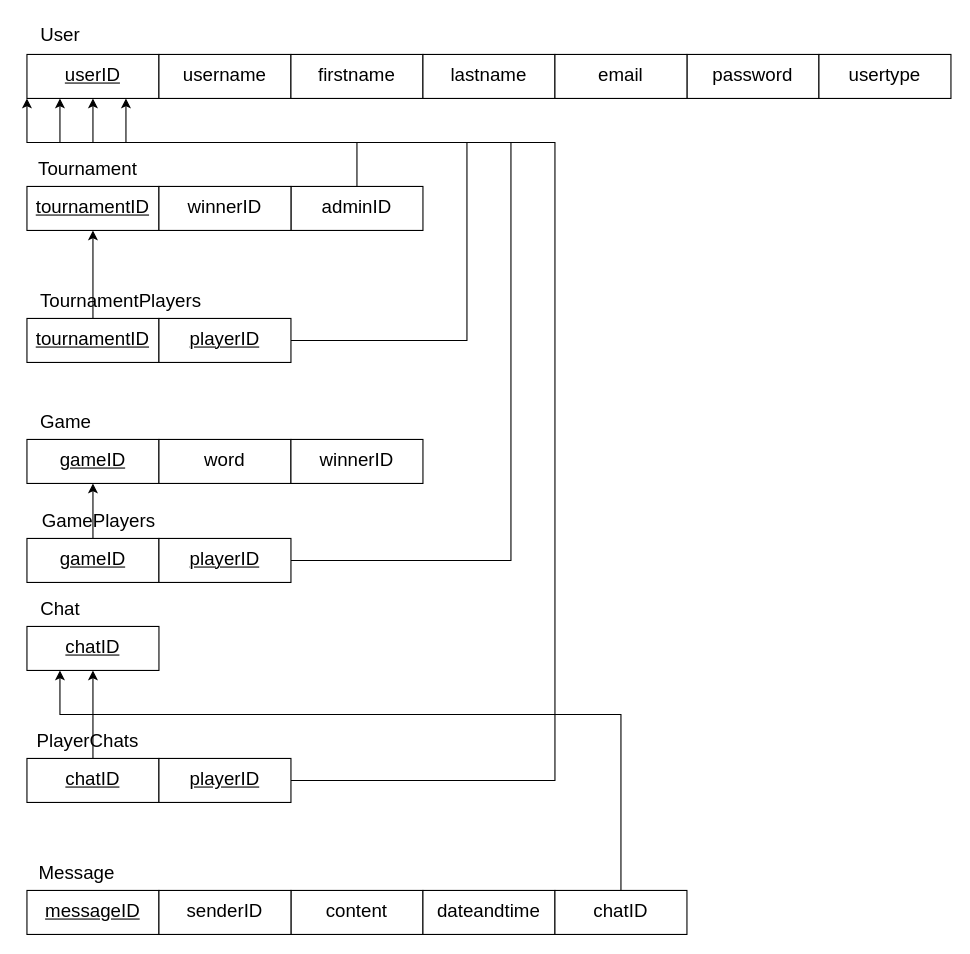
mazenhesham17/wordle-friends keeps this draw.io diagram as Design/Relational Model.drawio. Above is the earlier version. Source tidied: cells renumbered, new cells numbered last; positions are measured from the earlier drawing's top-left corner, leaving out a move shared by most shapes. Both pictures are drawn from the tidied source at 110%, with x=0, y=0 at pixel (26, 19).
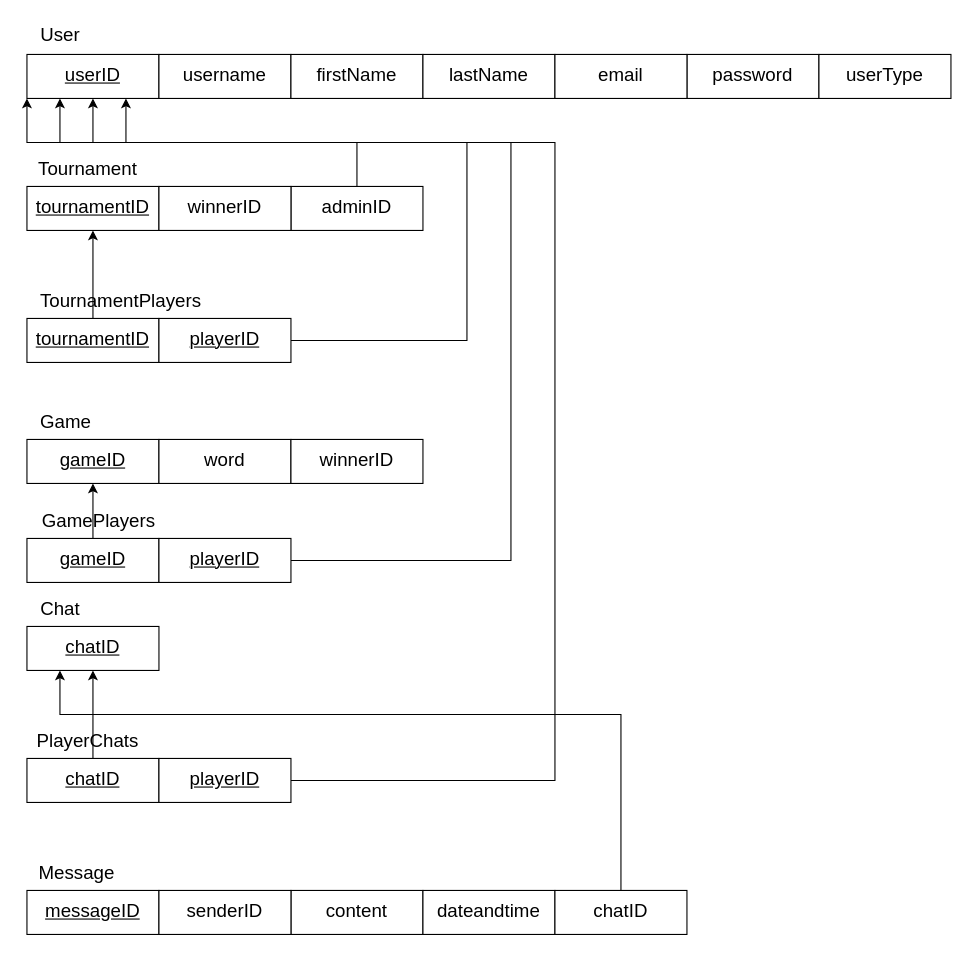
The same diagram, later.

What changed in the source:
```diff
@@
-    <mxCell id="4" value="&lt;font style=&quot;font-size: 17px;&quot;&gt;firstname&lt;/font&gt;" style="rounded=0;whiteSpace=wrap;html=1;" parent="1" vertex="1">
+    <mxCell id="4" value="&lt;font style=&quot;font-size: 17px;&quot;&gt;firstName&lt;/font&gt;" style="rounded=0;whiteSpace=wrap;html=1;" parent="1" vertex="1">
       <mxGeometry x="240" y="32" width="120" height="40" as="geometry" />
     </mxCell>
@@
-    <mxCell id="6" value="&lt;font style=&quot;font-size: 17px;&quot;&gt;lastname&lt;/font&gt;" style="rounded=0;whiteSpace=wrap;html=1;" parent="1" vertex="1">
+    <mxCell id="6" value="&lt;font style=&quot;font-size: 17px;&quot;&gt;lastName&lt;/font&gt;" style="rounded=0;whiteSpace=wrap;html=1;" parent="1" vertex="1">
       <mxGeometry x="360" y="32" width="120" height="40" as="geometry" />
     </mxCell>
@@
-    <mxCell id="8" value="&lt;font style=&quot;font-size: 17px;&quot;&gt;usertype&lt;/font&gt;" style="rounded=0;whiteSpace=wrap;html=1;" parent="1" vertex="1">
+    <mxCell id="8" value="&lt;font style=&quot;font-size: 17px;&quot;&gt;userType&lt;/font&gt;" style="rounded=0;whiteSpace=wrap;html=1;" parent="1" vertex="1">
       <mxGeometry x="720" y="32" width="120" height="40" as="geometry" />
     </mxCell>
```
